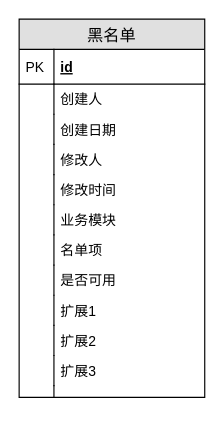
Earlier version of the draw.io diagram source/er.drawio (toby2o12/drawio). Source tidied: cells renumbered, new cells numbered last; positions are measured from the earlier drawing's top-left corner, leaving out a move shared by most shapes. Both pictures are drawn from the tidied source at 116%, with x=0, y=0 at pixel (19, 19).
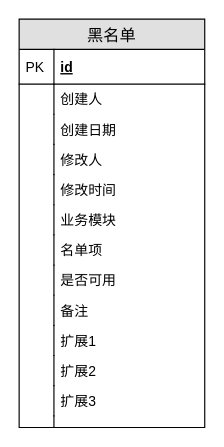
The same diagram, later.

Diff of the diagram source:
```diff
@@
     <mxCell id="2" value="黑名单" style="swimlane;fontStyle=0;horizontal=1;startSize=26;fillColor=#e0e0e0;swimlaneFillColor=#ffffff;align=center;fontSize=14;" parent="1" vertex="1">
-      <mxGeometry width="160" height="326" as="geometry" />
+      <mxGeometry width="160" height="352" as="geometry" />
     </mxCell>
@@
+    <mxCell id="27" value="备注" style="shape=partialRectangle;top=0;left=0;right=0;bottom=0;align=left;verticalAlign=top;fillColor=none;spacingLeft=34;spacingRight=4;overflow=hidden;fontSize=12;" parent="2" vertex="1">
+      <mxGeometry y="238" width="160" height="26" as="geometry" />
+    </mxCell>
+    <mxCell id="28" style="shape=partialRectangle;top=0;left=0;bottom=0;fillColor=none;align=left;verticalAlign=top;spacingLeft=4;spacingRight=4;overflow=hidden;fontSize=12;" parent="27" vertex="1">
+      <mxGeometry width="30" height="26" as="geometry" />
+    </mxCell>
     <mxCell id="19" value="扩展1" style="shape=partialRectangle;top=0;left=0;right=0;bottom=0;align=left;verticalAlign=top;fillColor=none;spacingLeft=34;spacingRight=4;overflow=hidden;fontSize=12;" parent="2" vertex="1">
-      <mxGeometry y="238" width="160" height="26" as="geometry" />
+      <mxGeometry y="264" width="160" height="26" as="geometry" />
     </mxCell>
@@
     <mxCell id="21" value="扩展2" style="shape=partialRectangle;top=0;left=0;right=0;bottom=0;align=left;verticalAlign=top;fillColor=none;spacingLeft=34;spacingRight=4;overflow=hidden;fontSize=12;" parent="2" vertex="1">
-      <mxGeometry y="264" width="160" height="26" as="geometry" />
+      <mxGeometry y="290" width="160" height="26" as="geometry" />
     </mxCell>
@@
     <mxCell id="23" value="扩展3" style="shape=partialRectangle;top=0;left=0;right=0;bottom=0;align=left;verticalAlign=top;fillColor=none;spacingLeft=34;spacingRight=4;overflow=hidden;fontSize=12;" parent="2" vertex="1">
-      <mxGeometry y="290" width="160" height="26" as="geometry" />
+      <mxGeometry y="316" width="160" height="26" as="geometry" />
     </mxCell>
@@
     <mxCell id="25" style="shape=partialRectangle;top=0;left=0;right=0;bottom=0;align=left;verticalAlign=top;fillColor=none;spacingLeft=34;spacingRight=4;overflow=hidden;fontSize=12;" parent="2" vertex="1">
-      <mxGeometry y="316" width="160" height="10" as="geometry" />
+      <mxGeometry y="342" width="160" height="10" as="geometry" />
     </mxCell>
```
